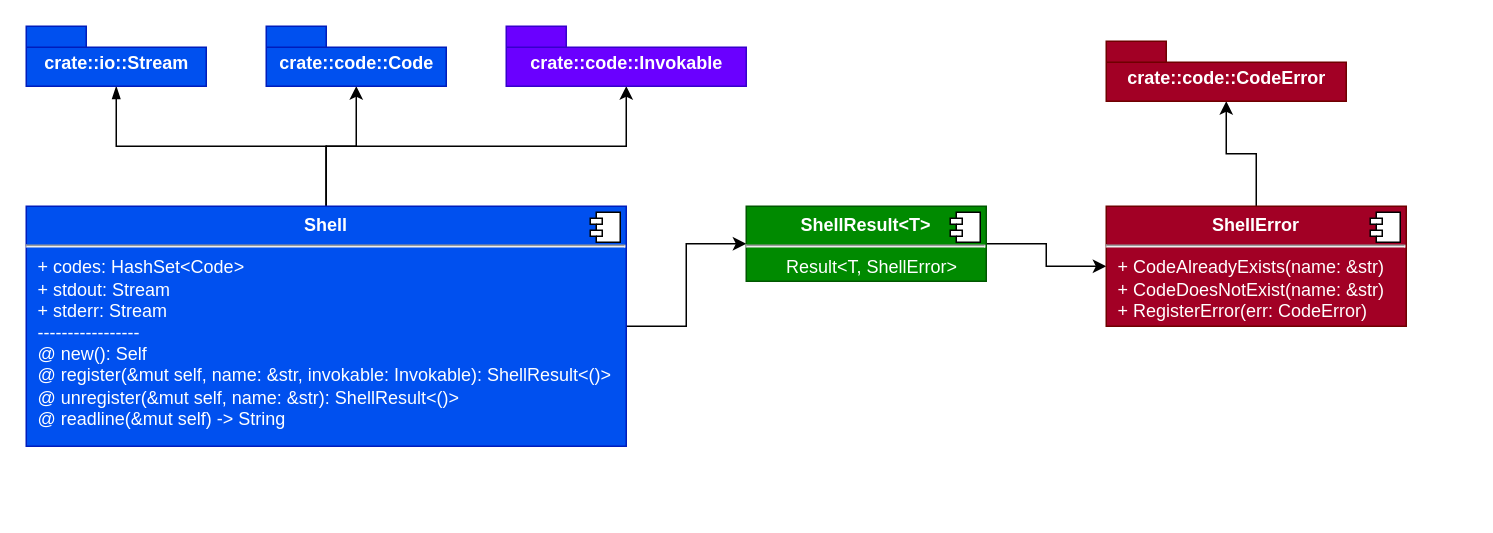
erayerdin/cheats keeps this draw.io diagram as page "crate" (1 of 3) of arch.drawio. Above is the earlier version. Source tidied: cells renumbered, new cells numbered last; positions are measured from the earlier drawing's top-left corner, leaving out a move shared by most shapes. Both pictures are drawn from the tidied source at 150%, with x=0, y=0 at pixel (26, 26).
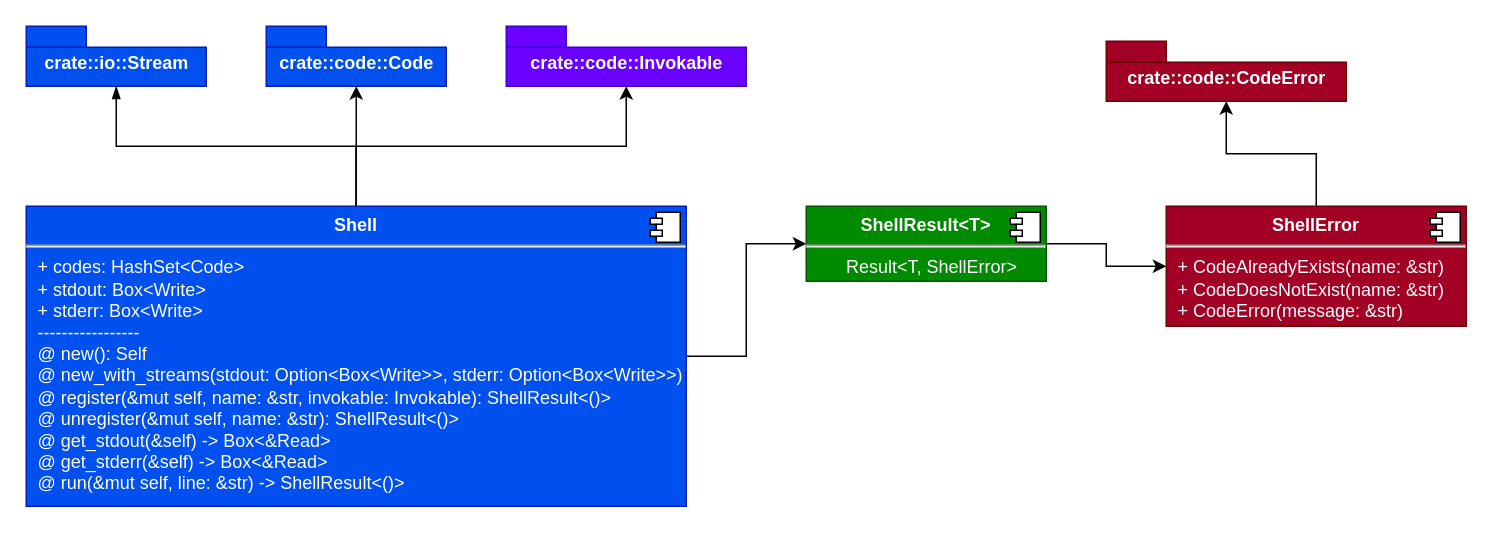
The same page after the edit.

What changed in the source:
```diff
@@
 <mxGraphModel>
   <root>
     <mxCell id="0" />
     <mxCell id="1" parent="0" />
     <mxCell id="2" style="edgeStyle=orthogonalEdgeStyle;rounded=0;jettySize=auto;html=1;endArrow=blockThin;endFill=1;" parent="1" edge="1" source="6" target="8">
       <mxGeometry relative="1" as="geometry" />
     </mxCell>
     <mxCell id="3" style="edgeStyle=orthogonalEdgeStyle;rounded=0;jettySize=auto;html=1;endArrow=classic;endFill=1;exitX=0.5;exitY=0;exitDx=0;exitDy=0;" parent="1" edge="1" source="6" target="9">
       <mxGeometry relative="1" as="geometry" />
     </mxCell>
     <mxCell id="4" style="edgeStyle=orthogonalEdgeStyle;rounded=0;jettySize=auto;html=1;endArrow=classic;endFill=1;exitX=0.5;exitY=0;exitDx=0;exitDy=0;" parent="1" edge="1" source="6" target="10">
       <mxGeometry relative="1" as="geometry" />
     </mxCell>
     <mxCell id="5" style="edgeStyle=orthogonalEdgeStyle;rounded=0;jettySize=auto;html=1;endArrow=classic;endFill=1;" parent="1" edge="1" source="6" target="12">
       <mxGeometry relative="1" as="geometry" />
     </mxCell>
-    <mxCell id="6" value="&lt;p style=&quot;margin: 0px ; margin-top: 6px ; text-align: center&quot;&gt;&lt;b&gt;Shell&lt;/b&gt;&lt;br&gt;&lt;/p&gt;&lt;hr&gt;&lt;p style=&quot;margin: 0px ; margin-left: 8px&quot;&gt;+ codes: HashSet&amp;lt;Code&amp;gt;&lt;br&gt;&lt;/p&gt;&lt;p style=&quot;margin: 0px ; margin-left: 8px&quot;&gt;+ stdout: Stream&lt;br&gt;&lt;/p&gt;&lt;p style=&quot;margin: 0px ; margin-left: 8px&quot;&gt;+ stderr: Stream&lt;/p&gt;&lt;p style=&quot;margin: 0px ; margin-left: 8px&quot;&gt;-----------------&lt;/p&gt;&lt;p style=&quot;margin: 0px ; margin-left: 8px&quot;&gt;@ new(): Self&lt;/p&gt;&lt;p style=&quot;margin: 0px ; margin-left: 8px&quot;&gt;@ register(&amp;amp;mut self, name: &amp;amp;str, invokable: Invokable): ShellResult&amp;lt;()&amp;gt;&lt;br&gt;&lt;/p&gt;&lt;p style=&quot;margin: 0px ; margin-left: 8px&quot;&gt;@ unregister(&amp;amp;mut self, name: &amp;amp;str): ShellResult&amp;lt;()&amp;gt;&lt;/p&gt;&lt;p style=&quot;margin: 0px ; margin-left: 8px&quot;&gt;@ readline(&amp;amp;mut self) -&amp;gt; String&lt;br&gt;&lt;/p&gt;" style="align=left;overflow=fill;html=1;fillColor=#0050ef;strokeColor=#001DBC;fontColor=#ffffff;" parent="1" vertex="1">
-      <mxGeometry y="120" width="400" height="160" as="geometry" />
+    <mxCell id="6" value="&lt;p style=&quot;margin: 0px ; margin-top: 6px ; text-align: center&quot;&gt;&lt;b&gt;Shell&lt;/b&gt;&lt;br&gt;&lt;/p&gt;&lt;hr&gt;&lt;p style=&quot;margin: 0px ; margin-left: 8px&quot;&gt;+ codes: HashSet&amp;lt;Code&amp;gt;&lt;br&gt;&lt;/p&gt;&lt;p style=&quot;margin: 0px ; margin-left: 8px&quot;&gt;+ stdout: Box&amp;lt;Write&amp;gt;&lt;br&gt;&lt;/p&gt;&lt;p style=&quot;margin: 0px ; margin-left: 8px&quot;&gt;+ stderr: Box&amp;lt;Write&amp;gt;&lt;/p&gt;&lt;p style=&quot;margin: 0px ; margin-left: 8px&quot;&gt;-----------------&lt;/p&gt;&lt;p style=&quot;margin: 0px ; margin-left: 8px&quot;&gt;@ new(): Self&lt;/p&gt;&lt;p style=&quot;margin: 0px ; margin-left: 8px&quot;&gt;@ new_with_streams(stdout: Option&amp;lt;Box&amp;lt;Write&amp;gt;&amp;gt;, stderr: Option&amp;lt;Box&amp;lt;Write&amp;gt;&amp;gt;)&lt;br&gt;&lt;/p&gt;&lt;p style=&quot;margin: 0px ; margin-left: 8px&quot;&gt;@ register(&amp;amp;mut self, name: &amp;amp;str, invokable: Invokable): ShellResult&amp;lt;()&amp;gt;&lt;br&gt;&lt;/p&gt;&lt;p style=&quot;margin: 0px ; margin-left: 8px&quot;&gt;@ unregister(&amp;amp;mut self, name: &amp;amp;str): ShellResult&amp;lt;()&amp;gt;&lt;/p&gt;&lt;p style=&quot;margin: 0px ; margin-left: 8px&quot;&gt;@ get_stdout(&amp;amp;self) -&amp;gt; Box&amp;lt;&amp;amp;Read&amp;gt;&lt;/p&gt;&lt;p style=&quot;margin: 0px ; margin-left: 8px&quot;&gt;@ get_stderr(&amp;amp;self) -&amp;gt; Box&amp;lt;&amp;amp;Read&amp;gt;&lt;/p&gt;&lt;p style=&quot;margin: 0px ; margin-left: 8px&quot;&gt;@ run(&amp;amp;mut self, line: &amp;amp;str) -&amp;gt; ShellResult&amp;lt;()&amp;gt;&lt;br&gt;&lt;/p&gt;" style="align=left;overflow=fill;html=1;fillColor=#0050ef;strokeColor=#001DBC;fontColor=#ffffff;" parent="1" vertex="1">
+      <mxGeometry y="120" width="440" height="200" as="geometry" />
     </mxCell>
     <mxCell id="7" style="shape=component;jettyWidth=8;jettyHeight=4;" parent="6" vertex="1">
       <mxGeometry x="1" width="20" height="20" relative="1" as="geometry">
         <mxPoint x="-24" y="4" as="offset" />
       </mxGeometry>
     </mxCell>
     <mxCell id="8" value="crate::io::Stream" style="shape=folder;fontStyle=1;spacingTop=10;tabWidth=40;tabHeight=14;tabPosition=left;html=1;fillColor=#0050ef;strokeColor=#001DBC;fontColor=#ffffff;" parent="1" vertex="1">
       <mxGeometry width="120" height="40" as="geometry" />
     </mxCell>
     <mxCell id="9" value="crate::code::Code" style="shape=folder;fontStyle=1;spacingTop=10;tabWidth=40;tabHeight=14;tabPosition=left;html=1;fillColor=#0050ef;strokeColor=#001DBC;fontColor=#ffffff;" parent="1" vertex="1">
       <mxGeometry x="160" width="120" height="40" as="geometry" />
     </mxCell>
     <mxCell id="10" value="crate::code::Invokable" style="shape=folder;fontStyle=1;spacingTop=10;tabWidth=40;tabHeight=14;tabPosition=left;html=1;fillColor=#6a00ff;strokeColor=#3700CC;fontColor=#ffffff;" parent="1" vertex="1">
       <mxGeometry x="320" width="160" height="40" as="geometry" />
     </mxCell>
     <mxCell id="11" style="edgeStyle=orthogonalEdgeStyle;rounded=0;jettySize=auto;html=1;endArrow=classic;endFill=1;" parent="1" edge="1" source="12" target="15">
       <mxGeometry relative="1" as="geometry" />
     </mxCell>
     <mxCell id="12" value="&lt;p style=&quot;margin: 0px ; margin-top: 6px ; text-align: center&quot;&gt;&lt;b&gt;ShellResult&amp;lt;T&amp;gt;&lt;/b&gt;&lt;/p&gt;&lt;hr&gt;&lt;p style=&quot;margin: 0px ; margin-left: 8px&quot; align=&quot;center&quot;&gt;Result&amp;lt;T, ShellError&amp;gt;&lt;br&gt;&lt;/p&gt;" style="align=left;overflow=fill;html=1;fillColor=#008a00;strokeColor=#005700;fontColor=#ffffff;" parent="1" vertex="1">
-      <mxGeometry x="480" y="120" width="160" height="50" as="geometry" />
+      <mxGeometry x="520" y="120" width="160" height="50" as="geometry" />
     </mxCell>
     <mxCell id="13" style="shape=component;jettyWidth=8;jettyHeight=4;" parent="12" vertex="1">
       <mxGeometry x="1" width="20" height="20" relative="1" as="geometry">
         <mxPoint x="-24" y="4" as="offset" />
       </mxGeometry>
     </mxCell>
     <mxCell id="14" style="edgeStyle=orthogonalEdgeStyle;rounded=0;jettySize=auto;html=1;endArrow=classic;endFill=1;" parent="1" edge="1" source="15" target="17">
       <mxGeometry relative="1" as="geometry" />
     </mxCell>
-    <mxCell id="15" value="&lt;p style=&quot;margin: 0px ; margin-top: 6px ; text-align: center&quot;&gt;&lt;b&gt;ShellError&lt;/b&gt;&lt;/p&gt;&lt;hr&gt;&lt;p style=&quot;margin: 0px ; margin-left: 8px&quot;&gt;+ CodeAlreadyExists(name: &amp;amp;str)&lt;/p&gt;&lt;p style=&quot;margin: 0px ; margin-left: 8px&quot;&gt;+ CodeDoesNotExist(name: &amp;amp;str)&lt;/p&gt;&lt;p style=&quot;margin: 0px ; margin-left: 8px&quot;&gt;+ RegisterError(err: CodeError)&lt;br&gt;&lt;/p&gt;" style="align=left;overflow=fill;html=1;fillColor=#a20025;strokeColor=#6F0000;fontColor=#ffffff;" parent="1" vertex="1">
-      <mxGeometry x="720" y="120" width="200" height="80" as="geometry" />
+    <mxCell id="15" value="&lt;p style=&quot;margin: 0px ; margin-top: 6px ; text-align: center&quot;&gt;&lt;b&gt;ShellError&lt;/b&gt;&lt;/p&gt;&lt;hr&gt;&lt;p style=&quot;margin: 0px ; margin-left: 8px&quot;&gt;+ CodeAlreadyExists(name: &amp;amp;str)&lt;/p&gt;&lt;p style=&quot;margin: 0px ; margin-left: 8px&quot;&gt;+ CodeDoesNotExist(name: &amp;amp;str)&lt;/p&gt;&lt;p style=&quot;margin: 0px ; margin-left: 8px&quot;&gt;+ CodeError(message: &amp;amp;str)&lt;br&gt;&lt;/p&gt;" style="align=left;overflow=fill;html=1;fillColor=#a20025;strokeColor=#6F0000;fontColor=#ffffff;" parent="1" vertex="1">
+      <mxGeometry x="760" y="120" width="200" height="80" as="geometry" />
     </mxCell>
     <mxCell id="16" style="shape=component;jettyWidth=8;jettyHeight=4;" parent="15" vertex="1">
       <mxGeometry x="1" width="20" height="20" relative="1" as="geometry">
         <mxPoint x="-24" y="4" as="offset" />
       </mxGeometry>
     </mxCell>
     <mxCell id="17" value="crate::code::CodeError" style="shape=folder;fontStyle=1;spacingTop=10;tabWidth=40;tabHeight=14;tabPosition=left;html=1;fillColor=#a20025;strokeColor=#6F0000;fontColor=#ffffff;" parent="1" vertex="1">
       <mxGeometry x="720" y="10" width="160" height="40" as="geometry" />
     </mxCell>
   </root>
 </mxGraphModel>
```
